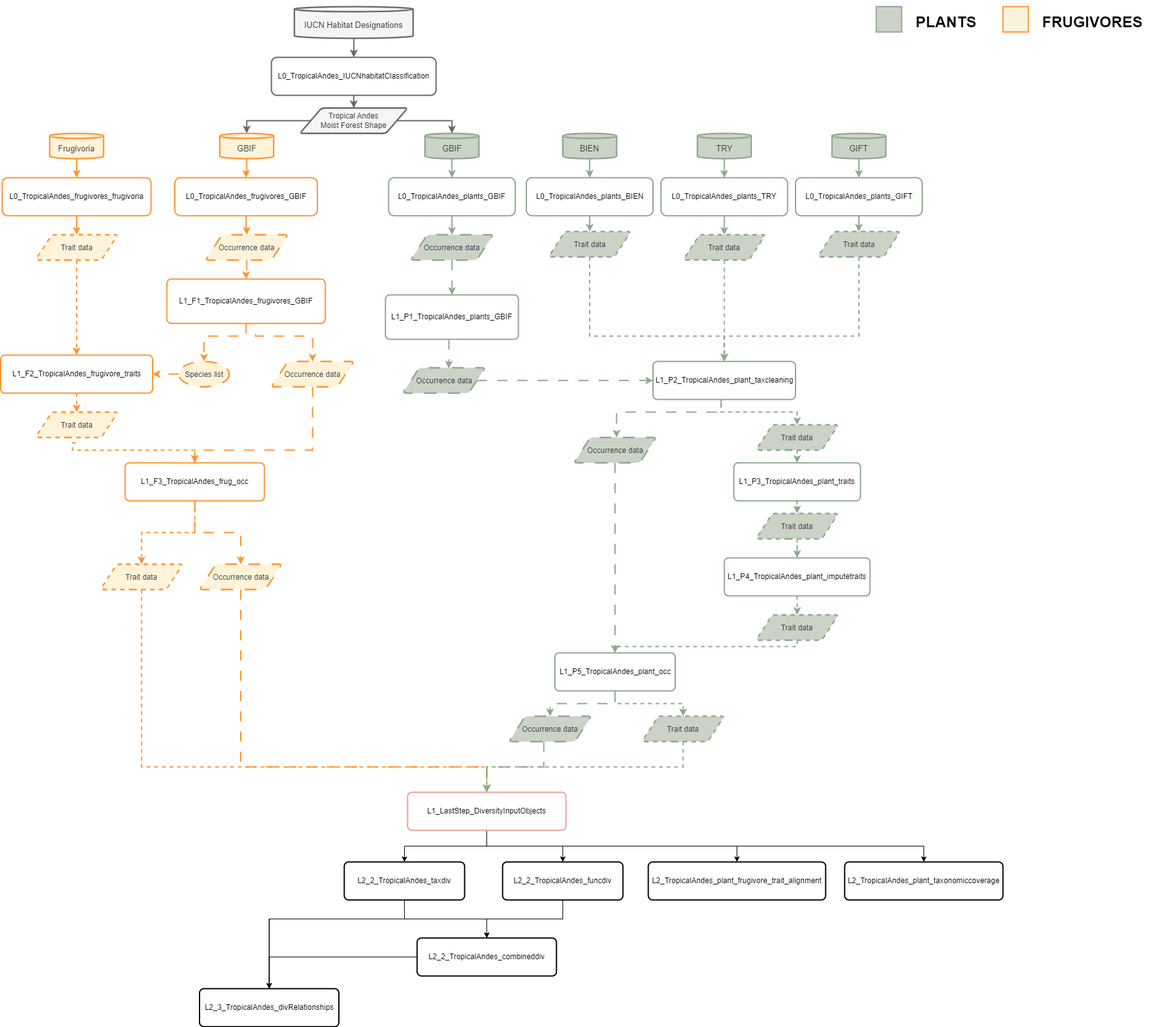
Above: Workflow_diversity_plants_frugivores.png in bioXgeo/neotropical_plants (draw.io), before the change. Source tidied: cells renumbered, new cells last; positions are measured from the earlier drawing's top-left corner, leaving out a move shared by most shapes.
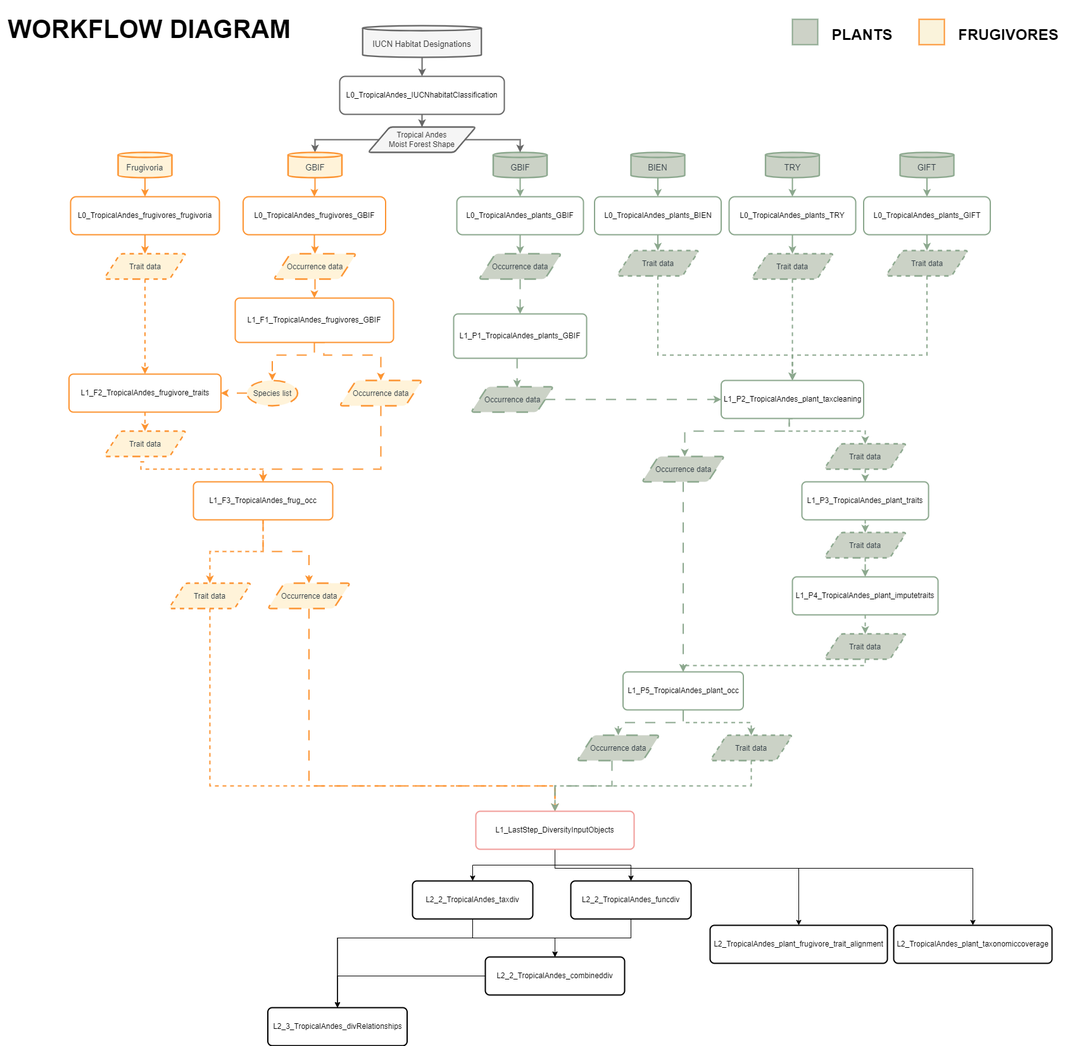
After the change.

Diff of the diagram source:
```diff
@@ -3,10 +3,10 @@
     <mxCell id="0" />
     <mxCell id="1" parent="0" />
     <mxCell id="2" style="rounded=0;whiteSpace=wrap;html=1;fillColor=#faf3db;strokeColor=#FC9432;rotation=90;strokeWidth=2;" parent="1" vertex="1">
-      <mxGeometry x="1582" y="10" width="40" height="40" as="geometry" />
+      <mxGeometry x="1342" width="40" height="40" as="geometry" />
     </mxCell>
     <mxCell id="3" style="rounded=0;whiteSpace=wrap;html=1;fillColor=#cdd2c7;strokeColor=#8CA88E;strokeWidth=2;" parent="1" vertex="1">
-      <mxGeometry x="1382" y="10" width="40" height="40" as="geometry" />
+      <mxGeometry x="1142" width="40" height="40" as="geometry" />
     </mxCell>
     <mxCell id="4" style="edgeStyle=orthogonalEdgeStyle;rounded=0;jettySize=auto;html=1;strokeWidth=2;strokeColor=#FC9432;" parent="1" edge="1" source="5" target="73">
       <mxGeometry relative="1" as="geometry" />
@@ -24,10 +24,10 @@
       <mxGeometry x="887" y="210" width="85" height="40" as="geometry" />
     </mxCell>
     <mxCell id="9" value="&lt;h1&gt;PLANTS&lt;/h1&gt;" style="text;html=1;align=center;verticalAlign=middle;strokeColor=none;fillColor=none;rotation=0;" parent="1" vertex="1">
-      <mxGeometry x="1432" width="120" height="70" as="geometry" />
+      <mxGeometry x="1192" y="-10" width="120" height="70" as="geometry" />
     </mxCell>
     <mxCell id="10" value="&lt;h1 style=&quot;border-color: var(--border-color); color: rgb(0, 0, 0); font-family: Helvetica; font-style: normal; font-variant-ligatures: normal; font-variant-caps: normal; letter-spacing: normal; orphans: 2; text-align: center; text-indent: 0px; text-transform: none; widows: 2; word-spacing: 0px; -webkit-text-stroke-width: 0px; text-decoration-thickness: initial; text-decoration-style: initial; text-decoration-color: initial;&quot;&gt;FRUGIVORES&lt;/h1&gt;" style="text;whiteSpace=wrap;html=1;rotation=0;fillColor=none;labelBackgroundColor=none;verticalAlign=middle;" parent="1" vertex="1">
-      <mxGeometry x="1642" y="20" width="170" height="30" as="geometry" />
+      <mxGeometry x="1402" y="10" width="170" height="30" as="geometry" />
     </mxCell>
     <mxCell id="11" value="GIFT" style="html=1;overflow=block;blockSpacing=1;whiteSpace=wrap;shape=cylinder3;size=4;anchorPointDirection=0;boundedLbl=1;fontSize=13;fontColor=#323e45;spacing=3.8;strokeColor=#8ca88e;strokeOpacity=100;rounded=1;absoluteArcSize=1;arcSize=9;fillColor=#CBD2C6;strokeWidth=2.3;" parent="1" vertex="1">
       <mxGeometry x="1312" y="210" width="85" height="40" as="geometry" />
@@ -288,10 +288,10 @@
       <mxGeometry x="313.5" y="1560" width="220" height="60" as="geometry" />
     </mxCell>
     <mxCell id="75" value="L2_TropicalAndes_plant_taxonomiccoverage" style="rounded=1;whiteSpace=wrap;html=1;absoluteArcSize=1;arcSize=14;strokeWidth=2;" parent="1" vertex="1">
-      <mxGeometry x="1332" y="1360" width="250" height="60" as="geometry" />
+      <mxGeometry x="1302" y="1430" width="250" height="60" as="geometry" />
     </mxCell>
     <mxCell id="76" value="L2_TropicalAndes_plant_frugivore_trait_alignment&lt;span id=&quot;docs-internal-guid-6e6f116a-7fff-aa41-f0b6-1ab92bc06526&quot;&gt;&lt;/span&gt;&lt;span id=&quot;docs-internal-guid-6e6f116a-7fff-aa41-f0b6-1ab92bc06526&quot;&gt;&lt;/span&gt;&lt;span id=&quot;docs-internal-guid-6e6f116a-7fff-aa41-f0b6-1ab92bc06526&quot;&gt;&lt;/span&gt;&lt;span id=&quot;docs-internal-guid-1bb34292-7fff-7165-732b-a6586a1e0f00&quot;&gt;&lt;/span&gt;&lt;span id=&quot;docs-internal-guid-1bb34292-7fff-7165-732b-a6586a1e0f00&quot;&gt;&lt;/span&gt;" style="rounded=1;whiteSpace=wrap;html=1;absoluteArcSize=1;arcSize=14;strokeWidth=2;" parent="1" vertex="1">
-      <mxGeometry x="1022" y="1360" width="280" height="60" as="geometry" />
+      <mxGeometry x="1012" y="1430" width="280" height="60" as="geometry" />
     </mxCell>
     <mxCell id="77" style="edgeStyle=orthogonalEdgeStyle;rounded=0;jettySize=auto;html=1;entryX=0.5;entryY=0;entryDx=0;entryDy=0;dashed=1;dashPattern=8 8;strokeColor=#8CA88E;strokeWidth=2;align=center;verticalAlign=middle;fontFamily=Helvetica;fontSize=11;fontColor=default;labelBackgroundColor=default;endArrow=classic;" parent="1" edge="1" source="78" target="105">
       <mxGeometry relative="1" as="geometry">
@@ -396,10 +396,20 @@
       <mxGeometry relative="1" as="geometry" />
     </mxCell>
     <mxCell id="103" style="edgeStyle=orthogonalEdgeStyle;rounded=0;jettySize=auto;html=1;entryX=0.5;entryY=0;entryDx=0;entryDy=0;exitX=0.5;exitY=1;exitDx=0;exitDy=0;" parent="1" edge="1" source="105" target="76">
-      <mxGeometry relative="1" as="geometry" />
+      <mxGeometry relative="1" as="geometry">
+        <Array as="points">
+          <mxPoint x="767" y="1340" />
+          <mxPoint x="1152" y="1340" />
+        </Array>
+      </mxGeometry>
     </mxCell>
     <mxCell id="104" style="edgeStyle=orthogonalEdgeStyle;rounded=0;jettySize=auto;html=1;entryX=0.5;entryY=0;entryDx=0;entryDy=0;exitX=0.5;exitY=1;exitDx=0;exitDy=0;" parent="1" edge="1" source="105" target="75">
-      <mxGeometry relative="1" as="geometry" />
+      <mxGeometry relative="1" as="geometry">
+        <Array as="points">
+          <mxPoint x="767" y="1340" />
+          <mxPoint x="1427" y="1340" />
+        </Array>
+      </mxGeometry>
     </mxCell>
     <mxCell id="105" value="L1_LastStep_DiversityInputObjects" style="rounded=1;whiteSpace=wrap;html=1;absoluteArcSize=1;arcSize=14;strokeWidth=2;strokeColor=#F19C99;" parent="1" vertex="1">
       <mxGeometry x="642" y="1250" width="250" height="60" as="geometry" />
@@ -418,5 +428,8 @@
     <mxCell id="108" value="L2_2_TropicalAndes_funcdiv" style="rounded=1;whiteSpace=wrap;html=1;absoluteArcSize=1;arcSize=14;strokeWidth=2;" parent="1" vertex="1">
       <mxGeometry x="792" y="1360" width="190" height="60" as="geometry" />
     </mxCell>
+    <mxCell id="109" value="&lt;h1&gt;&lt;font style=&quot;font-size: 40px;&quot;&gt;WORKFLOW DIAGRAM&lt;/font&gt;&lt;/h1&gt;" style="text;html=1;align=center;verticalAlign=middle;rotation=0;fillColor=default;" parent="1" vertex="1">
+      <mxGeometry x="-109.5" y="-30" width="470" height="90" as="geometry" />
+    </mxCell>
   </root>
 </mxGraphModel>
```
